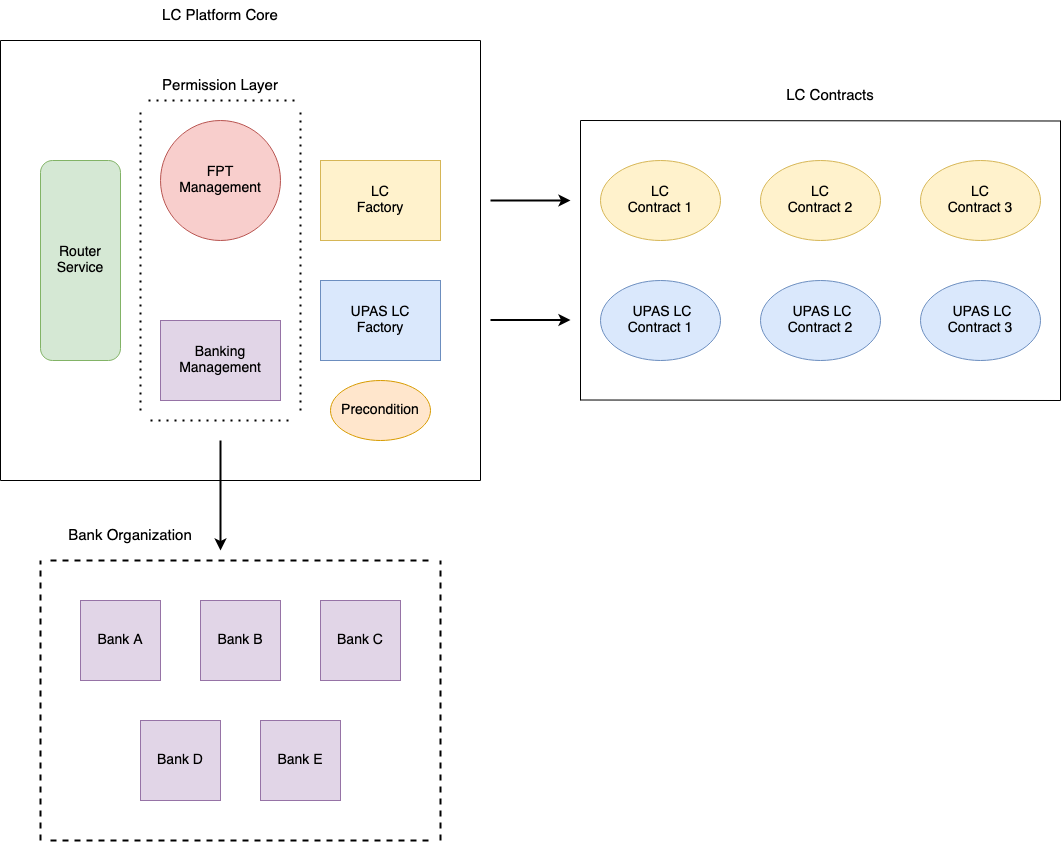
This is images/LCPlatform.png from FPT-Blockchain-Lab/docs, a draw.io export, as it was before one commit. Source tidied: cells renumbered, new cells last; positions are measured from the earlier drawing's top-left corner, leaving out a move shared by most shapes.
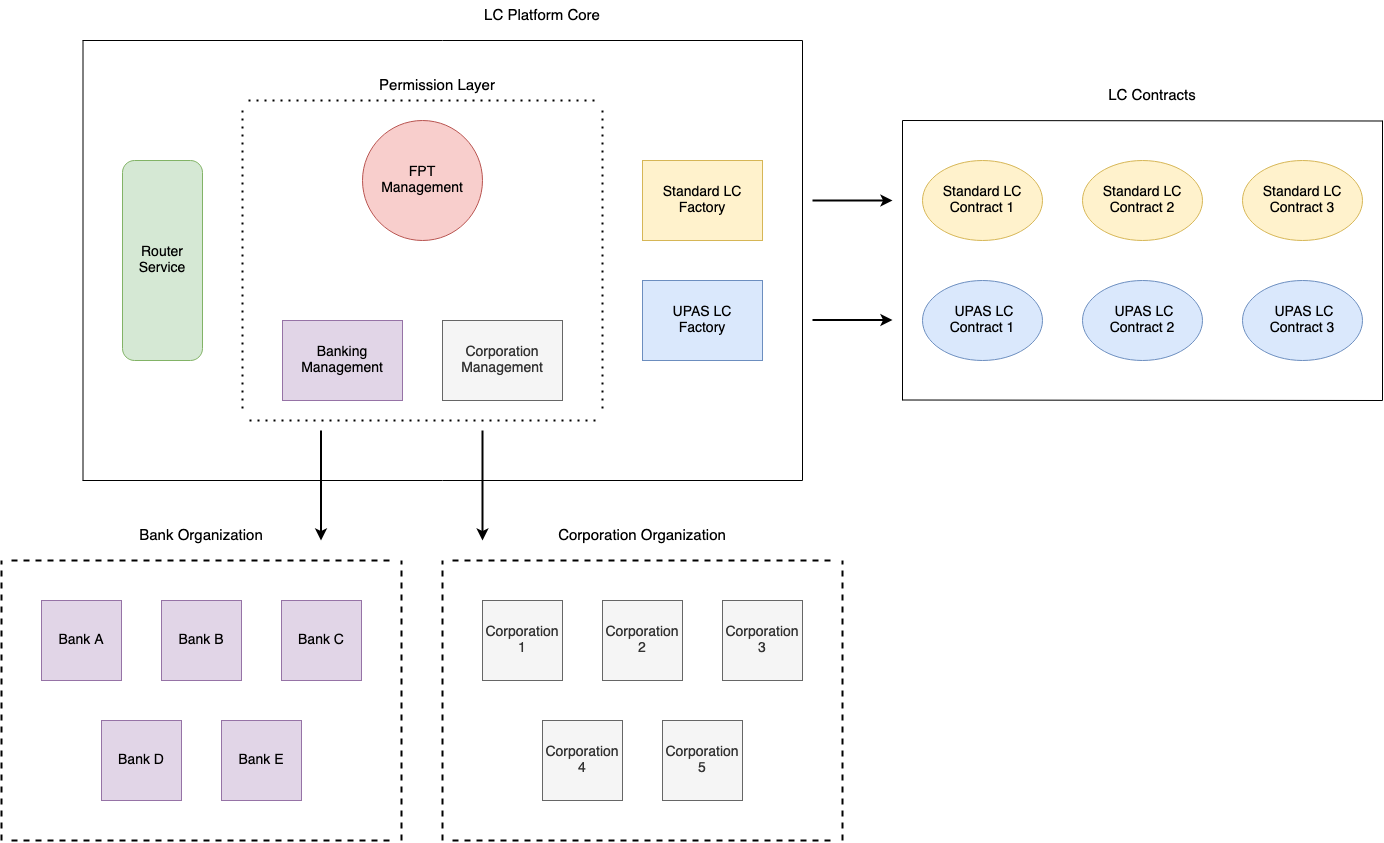
After the change.

What changed in the source:
```diff
@@ -3,45 +3,45 @@
     <mxCell id="0" />
     <mxCell id="1" parent="0" />
     <mxCell id="2" value="&lt;div style=&quot;font-size: 14px&quot;&gt;&lt;font style=&quot;font-size: 14px&quot;&gt;FPT&lt;/font&gt;&lt;/div&gt;&lt;div style=&quot;font-size: 14px&quot;&gt;&lt;font style=&quot;font-size: 14px&quot;&gt;Management&lt;br&gt;&lt;/font&gt;&lt;/div&gt;" style="ellipse;whiteSpace=wrap;html=1;fillColor=#f8cecc;strokeColor=#b85450;" parent="1" vertex="1">
-      <mxGeometry x="160" y="120" width="120" height="120" as="geometry" />
+      <mxGeometry x="40" y="120" width="120" height="120" as="geometry" />
     </mxCell>
     <mxCell id="3" value="&lt;div&gt;Banking&lt;/div&gt;&lt;div&gt;Management&lt;br&gt;&lt;/div&gt;" style="rounded=0;whiteSpace=wrap;html=1;fontSize=14;fillColor=#e1d5e7;strokeColor=#9673a6;" parent="1" vertex="1">
-      <mxGeometry x="160" y="320" width="120" height="80" as="geometry" />
+      <mxGeometry x="-40" y="320" width="120" height="80" as="geometry" />
     </mxCell>
     <mxCell id="4" value="Router Service" style="rounded=1;whiteSpace=wrap;html=1;fontSize=14;fillColor=#d5e8d4;strokeColor=#82b366;" parent="1" vertex="1">
-      <mxGeometry x="40" y="160" width="80" height="200" as="geometry" />
+      <mxGeometry x="-200" y="160" width="80" height="200" as="geometry" />
     </mxCell>
     <mxCell id="5" value="&lt;div&gt;UPAS LC&lt;br&gt;&lt;/div&gt;&lt;div&gt;Factory&lt;br&gt;&lt;/div&gt;" style="rounded=0;whiteSpace=wrap;html=1;fontSize=14;fillColor=#dae8fc;strokeColor=#6c8ebf;" parent="1" vertex="1">
       <mxGeometry x="320" y="280" width="120" height="80" as="geometry" />
     </mxCell>
-    <mxCell id="6" value="&lt;div&gt;LC&lt;br&gt;&lt;/div&gt;&lt;div&gt;Factory&lt;br&gt;&lt;/div&gt;" style="rounded=0;whiteSpace=wrap;html=1;fontSize=14;fillColor=#fff2cc;strokeColor=#d6b656;" parent="1" vertex="1">
+    <mxCell id="6" value="&lt;div&gt;Standard LC&lt;br&gt;&lt;/div&gt;&lt;div&gt;Factory&lt;br&gt;&lt;/div&gt;" style="rounded=0;whiteSpace=wrap;html=1;fontSize=14;fillColor=#fff2cc;strokeColor=#d6b656;" parent="1" vertex="1">
       <mxGeometry x="320" y="160" width="120" height="80" as="geometry" />
     </mxCell>
     <mxCell id="7" value="&lt;div&gt;Bank A&lt;br&gt;&lt;/div&gt;" style="whiteSpace=wrap;html=1;fontSize=14;fillColor=#e1d5e7;strokeColor=#9673a6;" parent="1" vertex="1">
-      <mxGeometry x="80" y="600" width="80" height="80" as="geometry" />
+      <mxGeometry x="-281" y="600" width="80" height="80" as="geometry" />
     </mxCell>
     <mxCell id="8" value="&lt;div&gt;Bank B&lt;br&gt;&lt;/div&gt;" style="whiteSpace=wrap;html=1;fontSize=14;fillColor=#e1d5e7;strokeColor=#9673a6;" parent="1" vertex="1">
-      <mxGeometry x="200" y="600" width="80" height="80" as="geometry" />
+      <mxGeometry x="-161" y="600" width="80" height="80" as="geometry" />
     </mxCell>
     <mxCell id="9" value="&lt;div&gt;Bank C&lt;br&gt;&lt;/div&gt;" style="whiteSpace=wrap;html=1;fontSize=14;fillColor=#e1d5e7;strokeColor=#9673a6;" parent="1" vertex="1">
-      <mxGeometry x="320" y="600" width="80" height="80" as="geometry" />
+      <mxGeometry x="-41" y="600" width="80" height="80" as="geometry" />
     </mxCell>
     <mxCell id="10" value="&lt;div&gt;Bank D&lt;br&gt;&lt;/div&gt;" style="whiteSpace=wrap;html=1;fontSize=14;fillColor=#e1d5e7;strokeColor=#9673a6;" parent="1" vertex="1">
-      <mxGeometry x="140" y="720" width="80" height="80" as="geometry" />
+      <mxGeometry x="-221" y="720" width="80" height="80" as="geometry" />
     </mxCell>
     <mxCell id="11" value="&lt;div&gt;Bank E&lt;br&gt;&lt;/div&gt;" style="whiteSpace=wrap;html=1;fontSize=14;fillColor=#e1d5e7;strokeColor=#9673a6;" parent="1" vertex="1">
-      <mxGeometry x="260" y="720" width="80" height="80" as="geometry" />
+      <mxGeometry x="-101" y="720" width="80" height="80" as="geometry" />
     </mxCell>
-    <mxCell id="12" value="&lt;div&gt;LC &lt;br&gt;&lt;/div&gt;&lt;div&gt;Contract 1&lt;/div&gt;" style="ellipse;whiteSpace=wrap;html=1;fontSize=14;fillColor=#fff2cc;strokeColor=#d6b656;" parent="1" vertex="1">
+    <mxCell id="12" value="&lt;div&gt;Standard LC &lt;br&gt;&lt;/div&gt;&lt;div&gt;Contract 1&lt;/div&gt;" style="ellipse;whiteSpace=wrap;html=1;fontSize=14;fillColor=#fff2cc;strokeColor=#d6b656;" parent="1" vertex="1">
       <mxGeometry x="600" y="160" width="120" height="80" as="geometry" />
     </mxCell>
     <mxCell id="13" value="&lt;div&gt;&amp;nbsp;UPAS LC &lt;br&gt;&lt;/div&gt;&lt;div&gt;Contract 1&lt;br&gt;&lt;/div&gt;" style="ellipse;whiteSpace=wrap;html=1;fontSize=14;fillColor=#dae8fc;strokeColor=#6c8ebf;" parent="1" vertex="1">
       <mxGeometry x="600" y="280" width="120" height="80" as="geometry" />
     </mxCell>
-    <mxCell id="14" value="&lt;div&gt;LC &lt;br&gt;&lt;/div&gt;&lt;div&gt;Contract 2&lt;br&gt;&lt;/div&gt;" style="ellipse;whiteSpace=wrap;html=1;fontSize=14;fillColor=#fff2cc;strokeColor=#d6b656;" parent="1" vertex="1">
+    <mxCell id="14" value="&lt;div&gt;Standard LC &lt;br&gt;&lt;/div&gt;&lt;div&gt;Contract 2&lt;br&gt;&lt;/div&gt;" style="ellipse;whiteSpace=wrap;html=1;fontSize=14;fillColor=#fff2cc;strokeColor=#d6b656;" parent="1" vertex="1">
       <mxGeometry x="760" y="160" width="120" height="80" as="geometry" />
     </mxCell>
-    <mxCell id="15" value="&lt;div&gt;LC &lt;br&gt;&lt;/div&gt;&lt;div&gt;Contract 3&lt;br&gt;&lt;/div&gt;" style="ellipse;whiteSpace=wrap;html=1;fontSize=14;fillColor=#fff2cc;strokeColor=#d6b656;" parent="1" vertex="1">
+    <mxCell id="15" value="&lt;div&gt;Standard LC &lt;br&gt;&lt;/div&gt;&lt;div&gt;Contract 3&lt;br&gt;&lt;/div&gt;" style="ellipse;whiteSpace=wrap;html=1;fontSize=14;fillColor=#fff2cc;strokeColor=#d6b656;" parent="1" vertex="1">
       <mxGeometry x="920" y="160" width="120" height="80" as="geometry" />
     </mxCell>
     <mxCell id="16" value="&lt;div&gt;&amp;nbsp;UPAS LC &lt;br&gt;&lt;/div&gt;&lt;div&gt;Contract 2&lt;br&gt;&lt;/div&gt;" style="ellipse;whiteSpace=wrap;html=1;fontSize=14;fillColor=#dae8fc;strokeColor=#6c8ebf;" parent="1" vertex="1">
@@ -52,8 +52,8 @@
     </mxCell>
     <mxCell id="18" style="endArrow=none;html=1;rounded=0;fontSize=14;" parent="1" edge="1">
       <mxGeometry relative="1" as="geometry">
-        <mxPoint y="480" as="sourcePoint" />
-        <mxPoint y="40" as="targetPoint" />
+        <mxPoint x="-239.5" y="480" as="sourcePoint" />
+        <mxPoint x="-239.5" y="40" as="targetPoint" />
       </mxGeometry>
     </mxCell>
     <mxCell id="19" style="endArrow=none;html=1;rounded=0;fontSize=14;" parent="1" edge="1">
@@ -76,13 +76,13 @@
     </mxCell>
     <mxCell id="22" style="endArrow=none;html=1;rounded=0;fontSize=14;" parent="1" edge="1">
       <mxGeometry relative="1" as="geometry">
-        <mxPoint y="480" as="sourcePoint" />
+        <mxPoint x="-240" y="480" as="sourcePoint" />
         <mxPoint x="480" y="480" as="targetPoint" />
       </mxGeometry>
     </mxCell>
     <mxCell id="23" style="endArrow=none;html=1;rounded=0;fontSize=14;" parent="1" edge="1">
       <mxGeometry relative="1" as="geometry">
-        <mxPoint y="40" as="sourcePoint" />
+        <mxPoint x="-240" y="40" as="sourcePoint" />
         <mxPoint x="480" y="40" as="targetPoint" />
       </mxGeometry>
     </mxCell>
@@ -100,8 +100,8 @@
     </mxCell>
     <mxCell id="26" style="endArrow=classic;html=1;rounded=0;fontSize=14;strokeWidth=2;" parent="1" edge="1">
       <mxGeometry relative="1" as="geometry">
-        <mxPoint x="220" y="440" as="sourcePoint" />
-        <mxPoint x="220" y="550" as="targetPoint" />
+        <mxPoint x="-1.5" y="430" as="sourcePoint" />
+        <mxPoint x="-1.5" y="540" as="targetPoint" />
       </mxGeometry>
     </mxCell>
     <mxCell id="27" style="endArrow=classic;html=1;rounded=0;fontSize=14;strokeWidth=2;" parent="1" edge="1">
@@ -118,26 +118,26 @@
     </mxCell>
     <mxCell id="29" style="endArrow=none;dashed=1;html=1;dashPattern=1 3;strokeWidth=2;rounded=0;" parent="1" edge="1">
       <mxGeometry relative="1" as="geometry">
-        <mxPoint x="140" y="410" as="sourcePoint" />
-        <mxPoint x="140" y="110" as="targetPoint" />
+        <mxPoint x="-80" y="408" as="sourcePoint" />
+        <mxPoint x="-80" y="108" as="targetPoint" />
       </mxGeometry>
     </mxCell>
     <mxCell id="30" style="endArrow=none;dashed=1;html=1;dashPattern=1 3;strokeWidth=2;rounded=0;" parent="1" edge="1">
       <mxGeometry relative="1" as="geometry">
-        <mxPoint x="300" y="410" as="sourcePoint" />
-        <mxPoint x="300" y="110" as="targetPoint" />
+        <mxPoint x="280" y="408" as="sourcePoint" />
+        <mxPoint x="280" y="108" as="targetPoint" />
       </mxGeometry>
     </mxCell>
     <mxCell id="31" style="endArrow=none;dashed=1;html=1;dashPattern=1 3;strokeWidth=2;rounded=0;" parent="1" edge="1">
       <mxGeometry relative="1" as="geometry">
-        <mxPoint x="148" y="100" as="sourcePoint" />
-        <mxPoint x="298" y="100" as="targetPoint" />
+        <mxPoint x="-74" y="100" as="sourcePoint" />
+        <mxPoint x="275" y="100" as="targetPoint" />
       </mxGeometry>
     </mxCell>
     <mxCell id="32" style="endArrow=none;dashed=1;html=1;dashPattern=1 3;strokeWidth=2;rounded=0;" parent="1" edge="1">
       <mxGeometry relative="1" as="geometry">
-        <mxPoint x="150" y="420" as="sourcePoint" />
-        <mxPoint x="290" y="420" as="targetPoint" />
+        <mxPoint x="-73" y="420" as="sourcePoint" />
+        <mxPoint x="273" y="420" as="targetPoint" />
       </mxGeometry>
     </mxCell>
     <mxCell id="33" value="&lt;font style=&quot;font-size: 15px&quot;&gt;LC Platform Core&lt;/font&gt;" style="text;html=1;strokeColor=none;fillColor=none;align=center;verticalAlign=middle;whiteSpace=wrap;rounded=0;" parent="1" vertex="1">
@@ -145,39 +145,87 @@
     </mxCell>
     <mxCell id="34" style="endArrow=none;dashed=1;html=1;rounded=0;fontSize=15;strokeWidth=2;" parent="1" edge="1">
       <mxGeometry relative="1" as="geometry">
-        <mxPoint x="40" y="840" as="sourcePoint" />
-        <mxPoint x="40" y="560" as="targetPoint" />
+        <mxPoint x="-321" y="840" as="sourcePoint" />
+        <mxPoint x="-321" y="560" as="targetPoint" />
       </mxGeometry>
     </mxCell>
     <mxCell id="35" style="endArrow=none;dashed=1;html=1;rounded=0;fontSize=15;strokeWidth=2;" parent="1" edge="1">
       <mxGeometry relative="1" as="geometry">
-        <mxPoint x="440" y="840" as="sourcePoint" />
-        <mxPoint x="440" y="560" as="targetPoint" />
+        <mxPoint x="79" y="840" as="sourcePoint" />
+        <mxPoint x="79" y="560" as="targetPoint" />
       </mxGeometry>
     </mxCell>
     <mxCell id="36" style="endArrow=none;dashed=1;html=1;rounded=0;fontSize=15;strokeWidth=2;" parent="1" edge="1">
       <mxGeometry relative="1" as="geometry">
-        <mxPoint x="50" y="560" as="sourcePoint" />
-        <mxPoint x="430" y="560" as="targetPoint" />
+        <mxPoint x="-311" y="560" as="sourcePoint" />
+        <mxPoint x="69" y="560" as="targetPoint" />
       </mxGeometry>
     </mxCell>
     <mxCell id="37" style="endArrow=none;dashed=1;html=1;rounded=0;fontSize=15;strokeWidth=2;" parent="1" edge="1">
       <mxGeometry relative="1" as="geometry">
-        <mxPoint x="50" y="840" as="sourcePoint" />
-        <mxPoint x="430" y="840" as="targetPoint" />
+        <mxPoint x="-311" y="840" as="sourcePoint" />
+        <mxPoint x="69" y="840" as="targetPoint" />
       </mxGeometry>
     </mxCell>
     <mxCell id="38" value="LC Contracts" style="text;html=1;strokeColor=none;fillColor=none;align=center;verticalAlign=middle;whiteSpace=wrap;rounded=0;fontSize=15;" parent="1" vertex="1">
       <mxGeometry x="750" y="80" width="160" height="30" as="geometry" />
     </mxCell>
     <mxCell id="39" value="Permission Layer" style="text;html=1;strokeColor=none;fillColor=none;align=center;verticalAlign=middle;whiteSpace=wrap;rounded=0;fontSize=15;" parent="1" vertex="1">
-      <mxGeometry x="145" y="70" width="150" height="30" as="geometry" />
+      <mxGeometry x="40" y="70" width="150" height="30" as="geometry" />
     </mxCell>
     <mxCell id="40" value="Bank Organization" style="text;html=1;strokeColor=none;fillColor=none;align=center;verticalAlign=middle;whiteSpace=wrap;rounded=0;fontSize=15;" parent="1" vertex="1">
-      <mxGeometry x="40" y="520" width="180" height="30" as="geometry" />
+      <mxGeometry x="-211" y="520" width="180" height="30" as="geometry" />
     </mxCell>
-    <mxCell id="41" value="&lt;font style=&quot;font-size: 14px&quot;&gt;Precondition&lt;/font&gt;" style="ellipse;whiteSpace=wrap;html=1;fillColor=#ffe6cc;strokeColor=#d79b00;" parent="1" vertex="1">
-      <mxGeometry x="330" y="380" width="100" height="60" as="geometry" />
-    </mxCell>
+    <mxCell id="42" value="&lt;div&gt;Corporation&lt;/div&gt;&lt;div&gt;Management&lt;br&gt;&lt;/div&gt;" style="rounded=0;whiteSpace=wrap;html=1;fontSize=14;fillColor=#f5f5f5;strokeColor=#666666;fontColor=#333333;" parent="1" vertex="1">
+      <mxGeometry x="120" y="320" width="120" height="80" as="geometry" />
+    </mxCell>
+    <mxCell id="43" value="&lt;div&gt;Corporation 1&lt;br&gt;&lt;/div&gt;" style="whiteSpace=wrap;html=1;fontSize=14;fillColor=#f5f5f5;strokeColor=#666666;fontColor=#333333;" parent="1" vertex="1">
+      <mxGeometry x="160" y="600" width="80" height="80" as="geometry" />
+    </mxCell>
+    <mxCell id="44" value="&lt;div&gt;Corporation 2&lt;br&gt;&lt;/div&gt;" style="whiteSpace=wrap;html=1;fontSize=14;fillColor=#f5f5f5;strokeColor=#666666;fontColor=#333333;" parent="1" vertex="1">
+      <mxGeometry x="280" y="600" width="80" height="80" as="geometry" />
+    </mxCell>
+    <mxCell id="45" value="&lt;div&gt;Corporation 3&lt;br&gt;&lt;/div&gt;" style="whiteSpace=wrap;html=1;fontSize=14;fillColor=#f5f5f5;strokeColor=#666666;fontColor=#333333;" parent="1" vertex="1">
+      <mxGeometry x="400" y="600" width="80" height="80" as="geometry" />
+    </mxCell>
+    <mxCell id="46" value="&lt;div&gt;Corporation 4&lt;br&gt;&lt;/div&gt;" style="whiteSpace=wrap;html=1;fontSize=14;fillColor=#f5f5f5;strokeColor=#666666;fontColor=#333333;" parent="1" vertex="1">
+      <mxGeometry x="220" y="720" width="80" height="80" as="geometry" />
+    </mxCell>
+    <mxCell id="47" value="&lt;div&gt;Corporation 5&lt;br&gt;&lt;/div&gt;" style="whiteSpace=wrap;html=1;fontSize=14;fillColor=#f5f5f5;strokeColor=#666666;fontColor=#333333;" parent="1" vertex="1">
+      <mxGeometry x="340" y="720" width="80" height="80" as="geometry" />
+    </mxCell>
+    <mxCell id="48" style="endArrow=none;dashed=1;html=1;rounded=0;fontSize=15;strokeWidth=2;" parent="1" edge="1">
+      <mxGeometry relative="1" as="geometry">
+        <mxPoint x="120" y="840" as="sourcePoint" />
+        <mxPoint x="120" y="560" as="targetPoint" />
+      </mxGeometry>
+    </mxCell>
+    <mxCell id="49" style="endArrow=none;dashed=1;html=1;rounded=0;fontSize=15;strokeWidth=2;" parent="1" edge="1">
+      <mxGeometry relative="1" as="geometry">
+        <mxPoint x="520" y="840" as="sourcePoint" />
+        <mxPoint x="520" y="560" as="targetPoint" />
+      </mxGeometry>
+    </mxCell>
+    <mxCell id="50" style="endArrow=none;dashed=1;html=1;rounded=0;fontSize=15;strokeWidth=2;" parent="1" edge="1">
+      <mxGeometry relative="1" as="geometry">
+        <mxPoint x="130" y="560" as="sourcePoint" />
+        <mxPoint x="510" y="560" as="targetPoint" />
+      </mxGeometry>
+    </mxCell>
+    <mxCell id="51" style="endArrow=none;dashed=1;html=1;rounded=0;fontSize=15;strokeWidth=2;" parent="1" edge="1">
+      <mxGeometry relative="1" as="geometry">
+        <mxPoint x="130" y="840" as="sourcePoint" />
+        <mxPoint x="510" y="840" as="targetPoint" />
+      </mxGeometry>
+    </mxCell>
+    <mxCell id="52" value="Corporation Organization" style="text;html=1;strokeColor=none;fillColor=none;align=center;verticalAlign=middle;whiteSpace=wrap;rounded=0;fontSize=15;" parent="1" vertex="1">
+      <mxGeometry x="230" y="520" width="180" height="30" as="geometry" />
+    </mxCell>
+    <mxCell id="53" style="endArrow=classic;html=1;rounded=0;fontSize=14;strokeWidth=2;" parent="1" edge="1">
+      <mxGeometry relative="1" as="geometry">
+        <mxPoint x="160" y="430" as="sourcePoint" />
+        <mxPoint x="160" y="540" as="targetPoint" />
+      </mxGeometry>
+    </mxCell>
   </root>
 </mxGraphModel>
```
